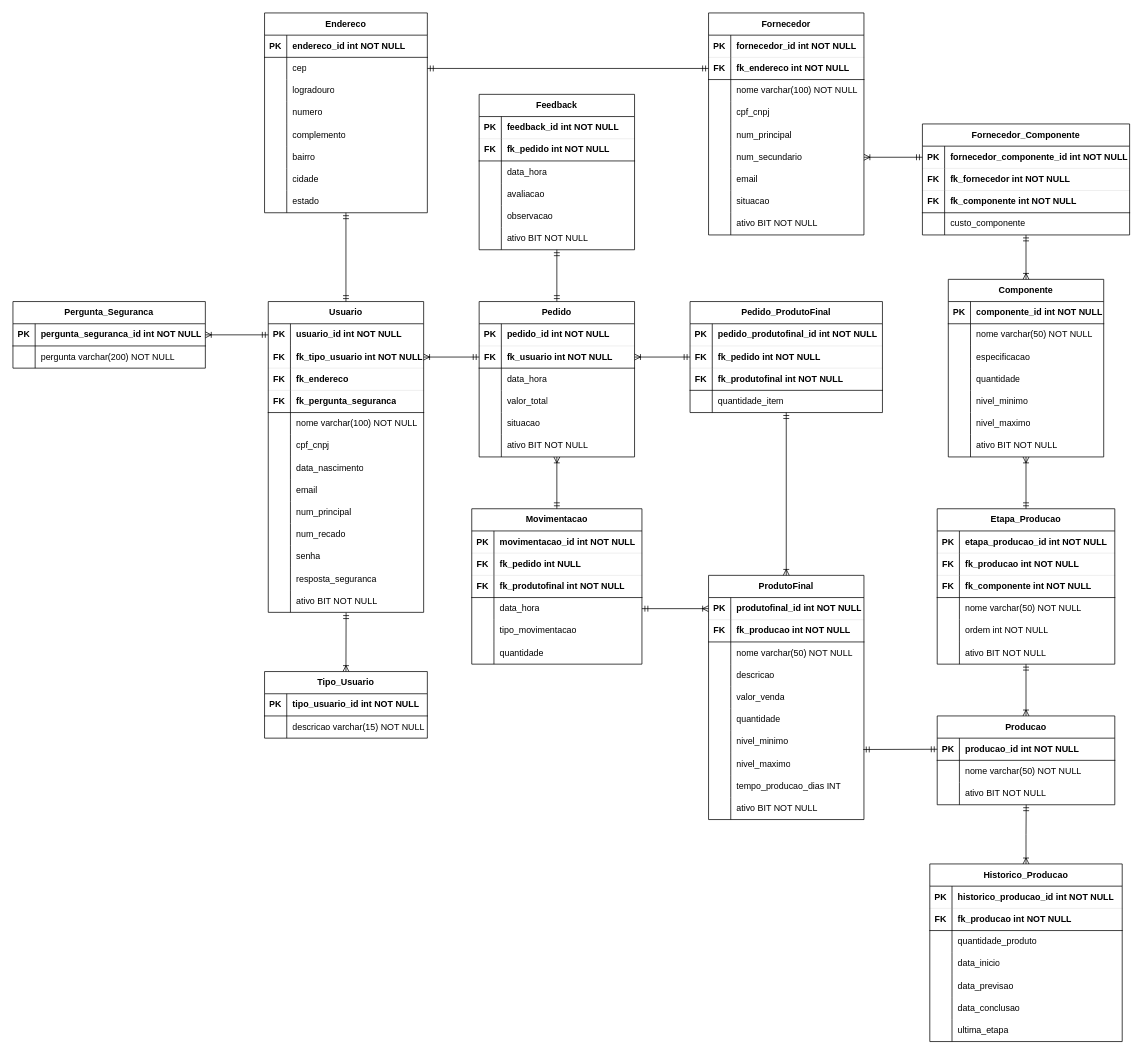
a-cn/techsmart_PHP keeps this draw.io diagram as _doc/Diagramas/Diagrama Entidade Relacionamento 2025.drawio. Above is the earlier version. Source tidied: cells renumbered, new cells numbered last; positions are measured from the earlier drawing's top-left corner, leaving out a move shared by most shapes. Both pictures are drawn from the tidied source at 74%, with x=0, y=0 at pixel (13, 13).
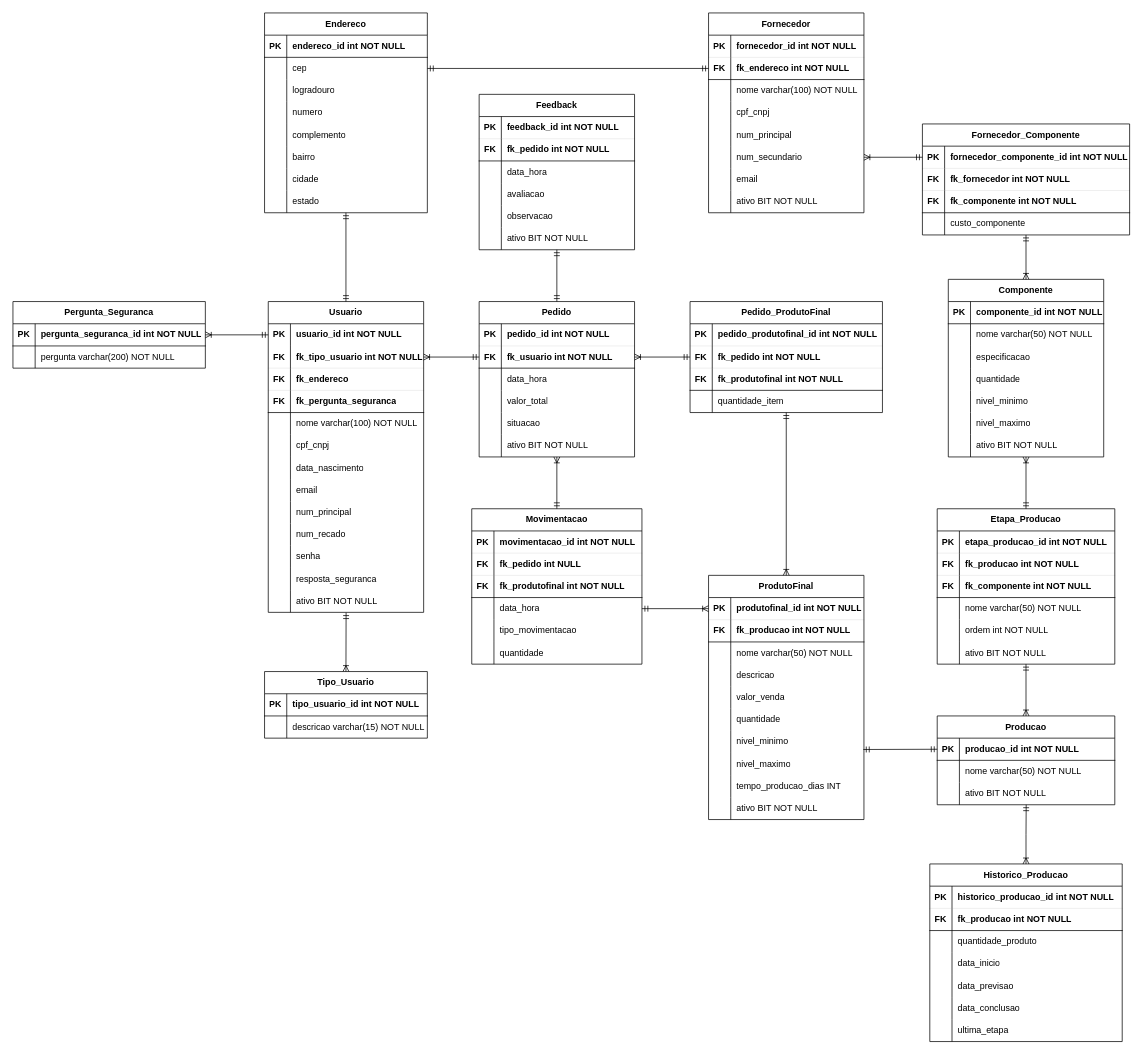
After the change.

Commit message (it also covers changes not shown here):
Ajustes menores e removida a coluna "situacao" da tabela Fornecedor do banco de dados, pois não estava em uso

What changed in the source:
```diff
@@
     <mxCell id="119" value="&lt;span style=&quot;text-wrap-mode: nowrap;&quot;&gt;Fornecedor&lt;/span&gt;" style="shape=table;startSize=30;childLayout=tableLayout;rowLines=0;fontStyle=1;align=center;html=1;whiteSpace=wrap;" parent="1" vertex="1">
-      <mxGeometry x="940" width="210" height="300" as="geometry" />
+      <mxGeometry x="940" width="210" height="270" as="geometry" />
     </mxCell>
@@
-    <mxCell id="141" style="shape=tableRow;horizontal=0;startSize=0;swimlaneHead=0;swimlaneBody=0;fillColor=none;top=0;left=0;right=0;bottom=0;html=1;" parent="119" vertex="1">
-      <mxGeometry y="240" width="210" height="30" as="geometry" />
-    </mxCell>
-    <mxCell id="142" style="shape=partialRectangle;fillColor=none;top=0;left=0;bottom=0;right=0;overflow=hidden;html=1;whiteSpace=wrap;" parent="141" vertex="1">
-      <mxGeometry width="30" height="30" as="geometry" />
-    </mxCell>
-    <mxCell id="143" value="situacao" style="shape=partialRectangle;fillColor=none;top=0;left=0;bottom=0;right=0;align=left;spacingLeft=6;overflow=hidden;html=1;whiteSpace=wrap;" parent="141" vertex="1">
-      <mxGeometry x="30" width="180" height="30" as="geometry" />
-    </mxCell>
     <mxCell id="144" style="shape=tableRow;horizontal=0;startSize=0;swimlaneHead=0;swimlaneBody=0;fillColor=none;top=0;left=0;right=0;bottom=0;html=1;" parent="119" vertex="1">
-      <mxGeometry y="270" width="210" height="30" as="geometry" />
+      <mxGeometry y="240" width="210" height="30" as="geometry" />
     </mxCell>
```
